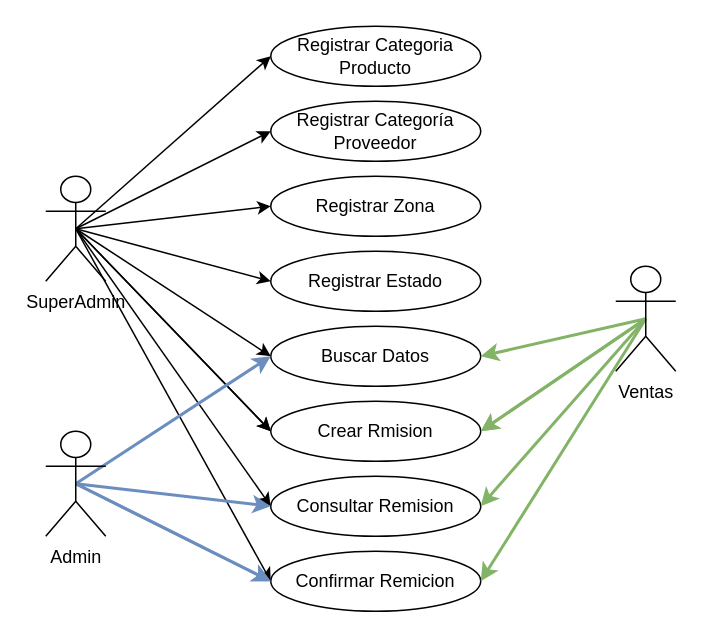
Above: Casos de uso V2.drawio in KAI1718/practicas (draw.io), before the change. Source tidied: cells renumbered, new cells numbered last; positions are measured from the earlier drawing's top-left corner, leaving out a move shared by most shapes. Both pictures are drawn from the tidied source at 150%, with x=0, y=0 at pixel (45, 26).
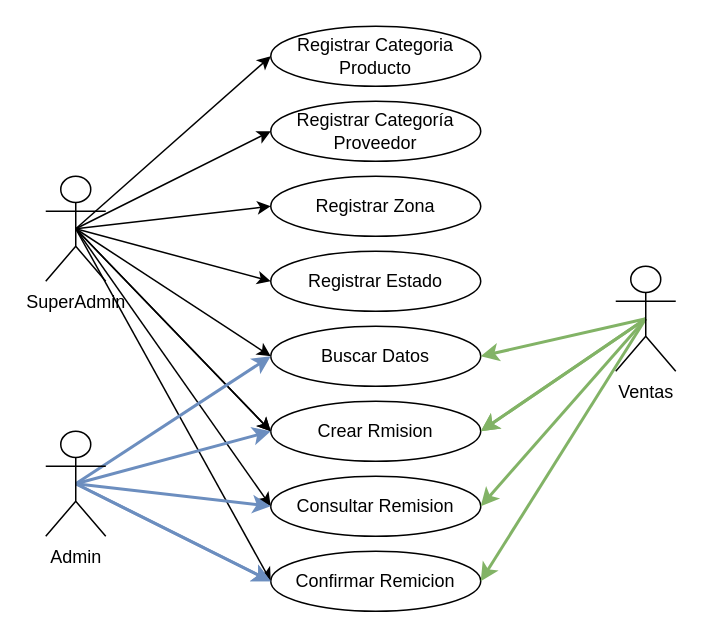
After the change.

Unchanged cells that the change refers to:
```xml
<mxCell id="7" value="Crear Rmision" style="ellipse;whiteSpace=wrap;html=1;" parent="1" vertex="1">
  <mxGeometry x="150" y="250" width="140" height="40" as="geometry" />
</mxCell>
<mxCell id="24" value="Admin" style="shape=umlActor;verticalLabelPosition=bottom;verticalAlign=top;html=1;outlineConnect=0;" parent="1" vertex="1">
  <mxGeometry y="270" width="40" height="70" as="geometry" />
</mxCell>
```

The edit, as a diff of the source:
```diff
@@
+    <mxCell id="31" style="rounded=0;jettySize=auto;html=1;exitX=0.5;exitY=0.5;exitDx=0;exitDy=0;exitPerimeter=0;entryX=0;entryY=0.5;entryDx=0;entryDy=0;fillColor=#dae8fc;strokeColor=#6c8ebf;strokeWidth=2;" parent="1" edge="1" source="24" target="7">
+      <mxGeometry relative="1" as="geometry" />
+    </mxCell>
```
